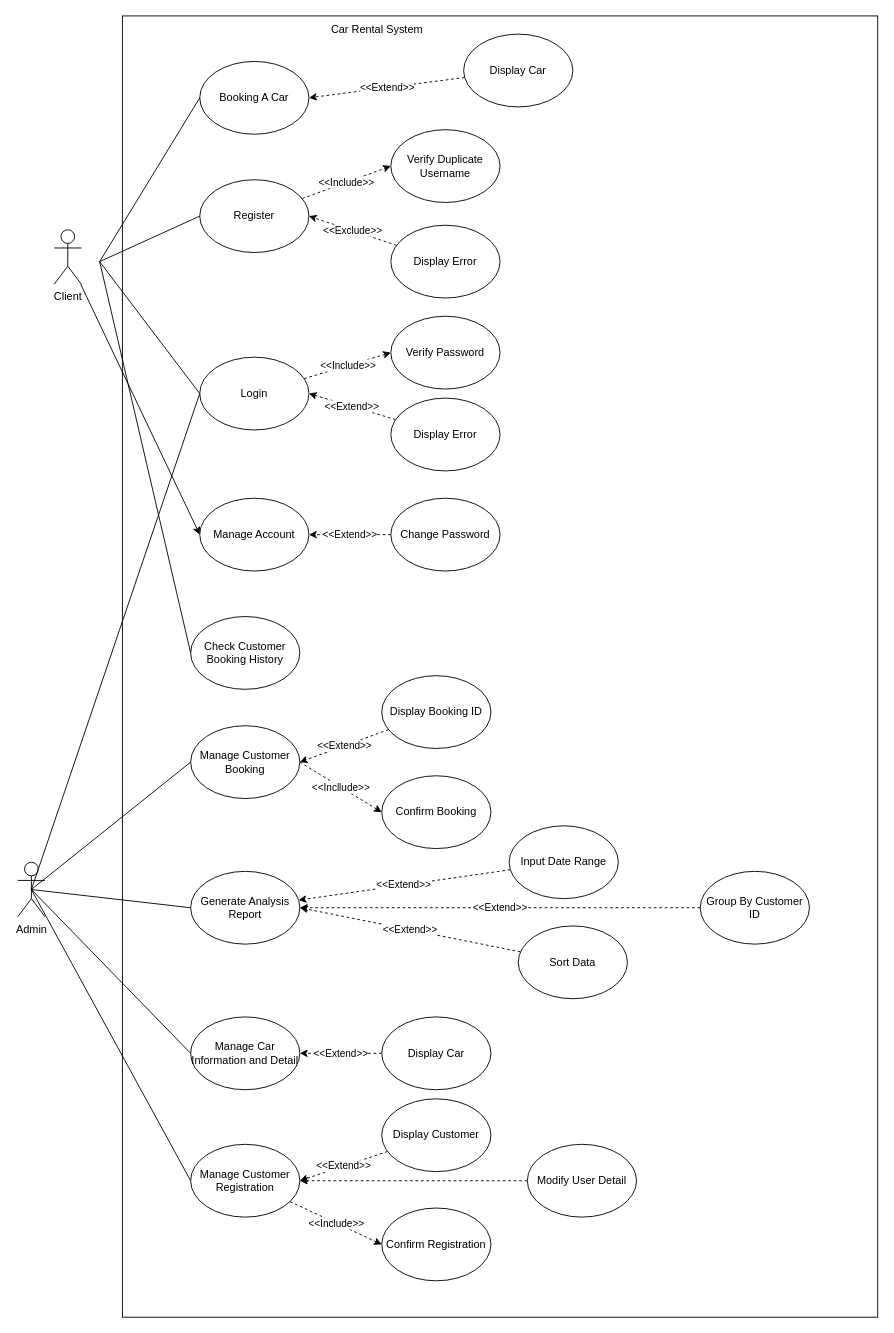
Before: resources/useCaseDiagram.drawio in keyboard-jo/java-project, a draw.io diagram. Source tidied: cells renumbered, new cells numbered last; positions are measured from the earlier drawing's top-left corner, leaving out a move shared by most shapes. Both pictures are drawn from the tidied source at 91%, with x=0, y=0 at pixel (17, 15).
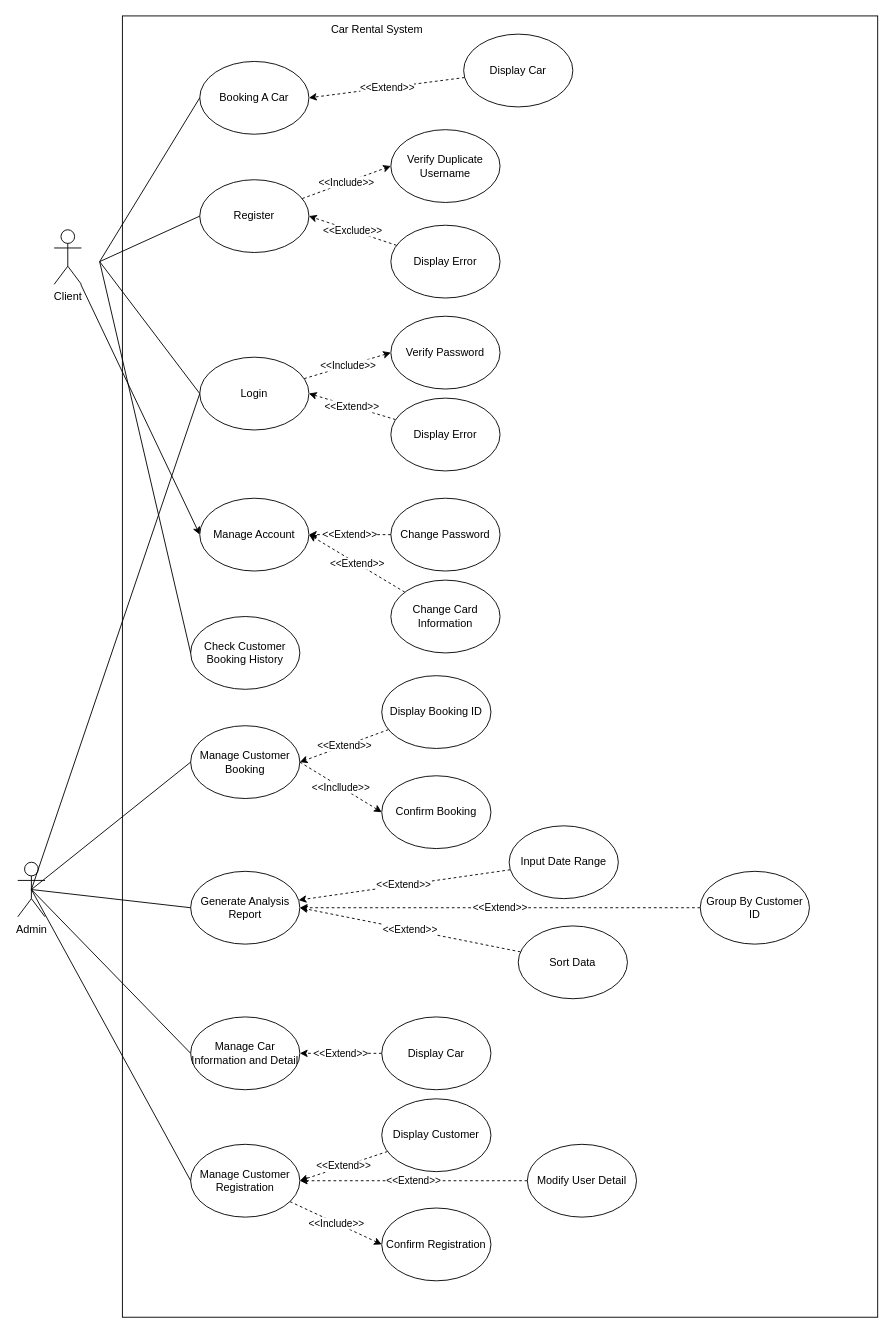
The same page after the edit.

The change refers to these unchanged cells:
```xml
<mxCell id="24" value="Manage Customer Registration" style="ellipse;whiteSpace=wrap;html=1;" parent="1" vertex="1">
  <mxGeometry x="190" y="1240" width="120" height="80" as="geometry" />
</mxCell>
<mxCell id="48" value="Manage Account" style="ellipse;whiteSpace=wrap;html=1;" parent="1" vertex="1">
  <mxGeometry x="200" y="530" width="120" height="80" as="geometry" />
</mxCell>
<mxCell id="52" value="Modify User Detail" style="ellipse;whiteSpace=wrap;html=1;" parent="1" vertex="1">
  <mxGeometry x="560" y="1240" width="120" height="80" as="geometry" />
</mxCell>
```

What changed in the source:
```diff
@@
-    <mxCell id="51" style="edgeStyle=none;html=1;entryX=1;entryY=0.5;entryDx=0;entryDy=0;dashed=1;" parent="1" edge="1" source="52" target="24">
+    <mxCell id="51" value="&amp;lt;&amp;lt;Extend&amp;gt;&amp;gt;" style="edgeStyle=none;html=1;entryX=1;entryY=0.5;entryDx=0;entryDy=0;dashed=1;" parent="1" edge="1" source="52" target="24">
       <mxGeometry relative="1" as="geometry" />
     </mxCell>
@@
+    <mxCell id="55" value="&amp;lt;&amp;lt;Extend&amp;gt;&amp;gt;" style="edgeStyle=none;html=1;entryX=1;entryY=0.5;entryDx=0;entryDy=0;dashed=1;" parent="1" edge="1" source="56" target="48">
+      <mxGeometry relative="1" as="geometry" />
+    </mxCell>
+    <mxCell id="56" value="Change Card Information" style="ellipse;whiteSpace=wrap;html=1;" parent="1" vertex="1">
+      <mxGeometry x="410" y="620" width="120" height="80" as="geometry" />
+    </mxCell>
```
